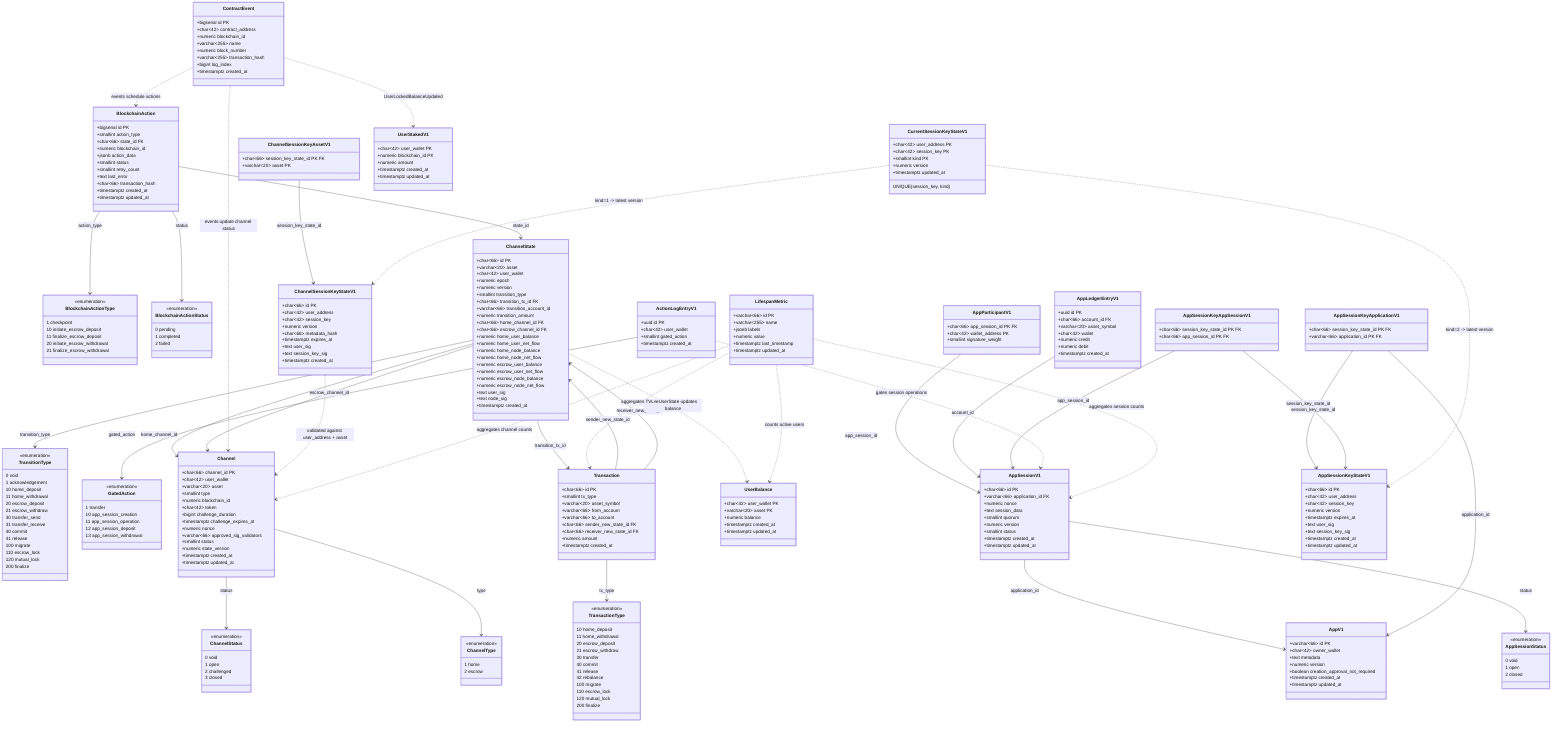
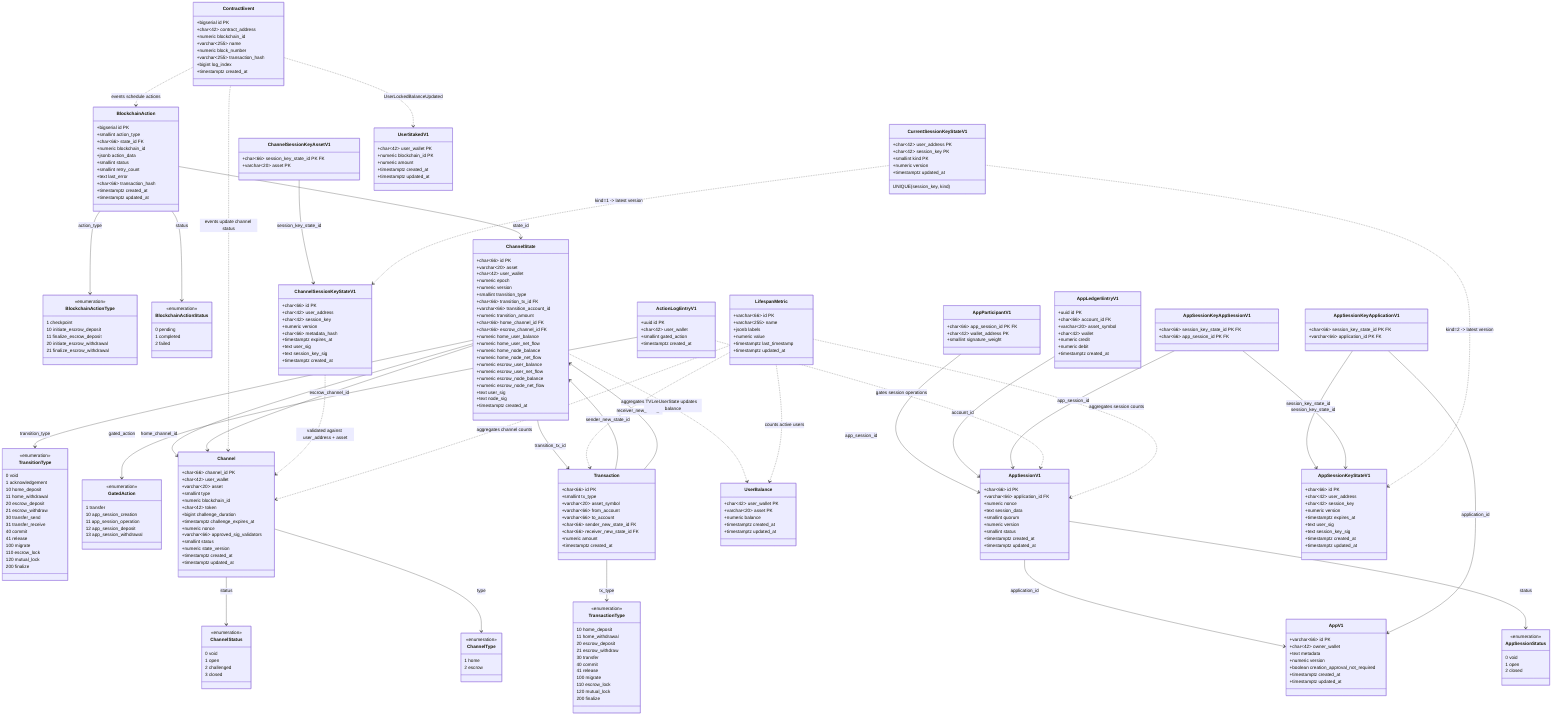
classDiagram
    %% ===== ENUMS =====

    class ChannelStatus {
        <<enumeration>>
        0 void
        1 open
        2 challenged
        3 closed
    }

    class ChannelType {
        <<enumeration>>
        1 home
        2 escrow
    }

    class TransactionType {
        <<enumeration>>
        10 home_deposit
        11 home_withdrawal
        20 escrow_deposit
        21 escrow_withdraw
        30 transfer
        40 commit
        41 release
-         42 rebalance
        100 migrate
        110 escrow_lock
        120 mutual_lock
        200 finalize
    }

    class TransitionType {
        <<enumeration>>
        0 void
        1 acknowledgement
        10 home_deposit
        11 home_withdrawal
        20 escrow_deposit
        21 escrow_withdraw
        30 transfer_send
        31 transfer_receive
        40 commit
        41 release
        100 migrate
        110 escrow_lock
        120 mutual_lock
        200 finalize
    }

    class AppSessionStatus {
        <<enumeration>>
        0 void
        1 open
        2 closed
    }

    class BlockchainActionType {
        <<enumeration>>
        1 checkpoint
        10 initiate_escrow_deposit
        11 finalize_escrow_deposit
        20 initiate_escrow_withdrawal
        21 finalize_escrow_withdrawal
    }

    class BlockchainActionStatus {
        <<enumeration>>
        0 pending
        1 completed
        2 failed
    }

    class GatedAction {
        <<enumeration>>
        1 transfer
        10 app_session_creation
        11 app_session_operation
        12 app_session_deposit
        13 app_session_withdrawal
    }

    %% ===== CORE TABLES =====

    class Channel {
        +char~66~ channel_id PK
        +char~42~ user_wallet
        +varchar~20~ asset
        +smallint type
        +numeric blockchain_id
        +char~42~ token
        +bigint challenge_duration
        +timestamptz challenge_expires_at
        +numeric nonce
        +varchar~66~ approved_sig_validators
        +smallint status
        +numeric state_version
        +timestamptz created_at
        +timestamptz updated_at
    }

    class ChannelState {
        +char~66~ id PK
        +varchar~20~ asset
        +char~42~ user_wallet
        +numeric epoch
        +numeric version
        +smallint transition_type
        +char~66~ transition_tx_id FK
        +varchar~66~ transition_account_id
        +numeric transition_amount
        +char~66~ home_channel_id FK
        +char~66~ escrow_channel_id FK
        +numeric home_user_balance
        +numeric home_user_net_flow
        +numeric home_node_balance
        +numeric home_node_net_flow
        +numeric escrow_user_balance
        +numeric escrow_user_net_flow
        +numeric escrow_node_balance
        +numeric escrow_node_net_flow
        +text user_sig
        +text node_sig
        +timestamptz created_at
    }

    class Transaction {
        +char~66~ id PK
        +smallint tx_type
        +varchar~20~ asset_symbol
        +varchar~66~ from_account
        +varchar~66~ to_account
        +char~66~ sender_new_state_id FK
        +char~66~ receiver_new_state_id FK
        +numeric amount
        +timestamptz created_at
    }

    class UserBalance {
        +char~42~ user_wallet PK
        +varchar~20~ asset PK
        +numeric balance
        +timestamptz created_at
        +timestamptz updated_at
    }

    %% ===== APPLICATION TABLES =====

    class AppV1 {
        +varchar~66~ id PK
        +char~42~ owner_wallet
        +text metadata
        +numeric version
        +boolean creation_approval_not_required
        +timestamptz created_at
        +timestamptz updated_at
    }

    class AppSessionV1 {
        +char~66~ id PK
        +varchar~66~ application_id FK
        +numeric nonce
        +text session_data
        +smallint quorum
        +numeric version
        +smallint status
        +timestamptz created_at
        +timestamptz updated_at
    }

    class AppParticipantV1 {
        +char~66~ app_session_id PK FK
        +char~42~ wallet_address PK
        +smallint signature_weight
    }

    class AppLedgerEntryV1 {
        +uuid id PK
        +char~66~ account_id FK
        +varchar~20~ asset_symbol
        +char~42~ wallet
        +numeric credit
        +numeric debit
        +timestamptz created_at
    }

    %% ===== SESSION KEY TABLES =====

    class AppSessionKeyStateV1 {
        +char~66~ id PK
        +char~42~ user_address
        +char~42~ session_key
        +numeric version
        +timestamptz expires_at
        +text user_sig
        +text session_key_sig
        +timestamptz created_at
        +timestamptz updated_at
    }

    class AppSessionKeyApplicationV1 {
        +char~66~ session_key_state_id PK FK
        +varchar~66~ application_id PK FK
    }

    class AppSessionKeyAppSessionV1 {
        +char~66~ session_key_state_id PK FK
        +char~66~ app_session_id PK FK
    }

    class ChannelSessionKeyStateV1 {
        +char~66~ id PK
        +char~42~ user_address
        +char~42~ session_key
        +numeric version
        +char~66~ metadata_hash
        +timestamptz expires_at
        +text user_sig
        +text session_key_sig
        +timestamptz created_at
    }

    class ChannelSessionKeyAssetV1 {
        +char~66~ session_key_state_id PK FK
        +varchar~20~ asset PK
    }

    class CurrentSessionKeyStateV1 {
        +char~42~ user_address PK
        +char~42~ session_key PK
        +smallint kind PK
        +numeric version
        +timestamptz updated_at
        UNIQUE(session_key, kind)
    }

    %% ===== BLOCKCHAIN TABLES =====

    class ContractEvent {
        +bigserial id PK
        +char~42~ contract_address
        +numeric blockchain_id
        +varchar~255~ name
        +numeric block_number
        +varchar~255~ transaction_hash
        +bigint log_index
        +timestamptz created_at
    }

    class BlockchainAction {
        +bigserial id PK
        +smallint action_type
        +char~66~ state_id FK
        +numeric blockchain_id
        +jsonb action_data
        +smallint status
        +smallint retry_count
        +text last_error
        +char~66~ transaction_hash
        +timestamptz created_at
        +timestamptz updated_at
    }

    %% ===== OPERATIONAL TABLES =====

    class UserStakedV1 {
        +char~42~ user_wallet PK
        +numeric blockchain_id PK
        +numeric amount
        +timestamptz created_at
        +timestamptz updated_at
    }

    class ActionLogEntryV1 {
        +uuid id PK
        +char~42~ user_wallet
        +smallint gated_action
        +timestamptz created_at
    }

    class LifespanMetric {
        +varchar~66~ id PK
        +varchar~255~ name
        +jsonb labels
        +numeric value
        +timestamptz last_timestamp
        +timestamptz updated_at
    }

    %% ===== RELATIONSHIPS =====

    %% -- Channel core --
    Channel --> ChannelStatus : status
    Channel --> ChannelType : type

    %% -- ChannelState references channels and transitions --
    ChannelState --> TransitionType : transition_type
    ChannelState --> Channel : home_channel_id
    ChannelState --> Channel : escrow_channel_id
    ChannelState --> Transaction : transition_tx_id

    %% -- Transaction references states --
    Transaction --> TransactionType : tx_type
    Transaction --> ChannelState : sender_new_state_id
    Transaction --> ChannelState : receiver_new_state_id

    %% -- UserBalance derived from ChannelState.home_user_balance --
    ChannelState ..> UserBalance : StoreUserState updates balance

    %% -- Blockchain: actions reference states, events update channels --
    BlockchainAction --> BlockchainActionType : action_type
    BlockchainAction --> BlockchainActionStatus : status
    BlockchainAction --> ChannelState : state_id
    ContractEvent ..> Channel : events update channel status
    ContractEvent ..> BlockchainAction : events schedule actions
    ContractEvent ..> UserStakedV1 : UserLockedBalanceUpdated

    %% -- App layer --
    AppSessionV1 --> AppV1 : application_id
    AppSessionV1 --> AppSessionStatus : status
    AppParticipantV1 --> AppSessionV1 : app_session_id
    AppLedgerEntryV1 --> AppSessionV1 : account_id

    %% -- App session keys link to apps and sessions --
    AppSessionKeyApplicationV1 --> AppSessionKeyStateV1 : session_key_state_id
    AppSessionKeyApplicationV1 --> AppV1 : application_id
    AppSessionKeyAppSessionV1 --> AppSessionKeyStateV1 : session_key_state_id
    AppSessionKeyAppSessionV1 --> AppSessionV1 : app_session_id

    %% -- Channel session keys link to channels via user_address + asset --
    ChannelSessionKeyAssetV1 --> ChannelSessionKeyStateV1 : session_key_state_id
    ChannelSessionKeyStateV1 ..> Channel : validated against user_address + asset

    %% -- Pointer table tracks latest version per (user_address, session_key, kind) --
    CurrentSessionKeyStateV1 ..> AppSessionKeyStateV1 : kind=2 -> latest version
    CurrentSessionKeyStateV1 ..> ChannelSessionKeyStateV1 : kind=1 -> latest version

    %% -- Action log gates user operations --
    ActionLogEntryV1 --> GatedAction : gated_action
    ActionLogEntryV1 ..> AppSessionV1 : gates session operations

    %% -- Lifespan metrics aggregate from core tables --
    LifespanMetric ..> Channel : aggregates channel counts
    LifespanMetric ..> Transaction : aggregates TVL
    LifespanMetric ..> AppSessionV1 : aggregates session counts
    LifespanMetric ..> UserBalance : counts active users
